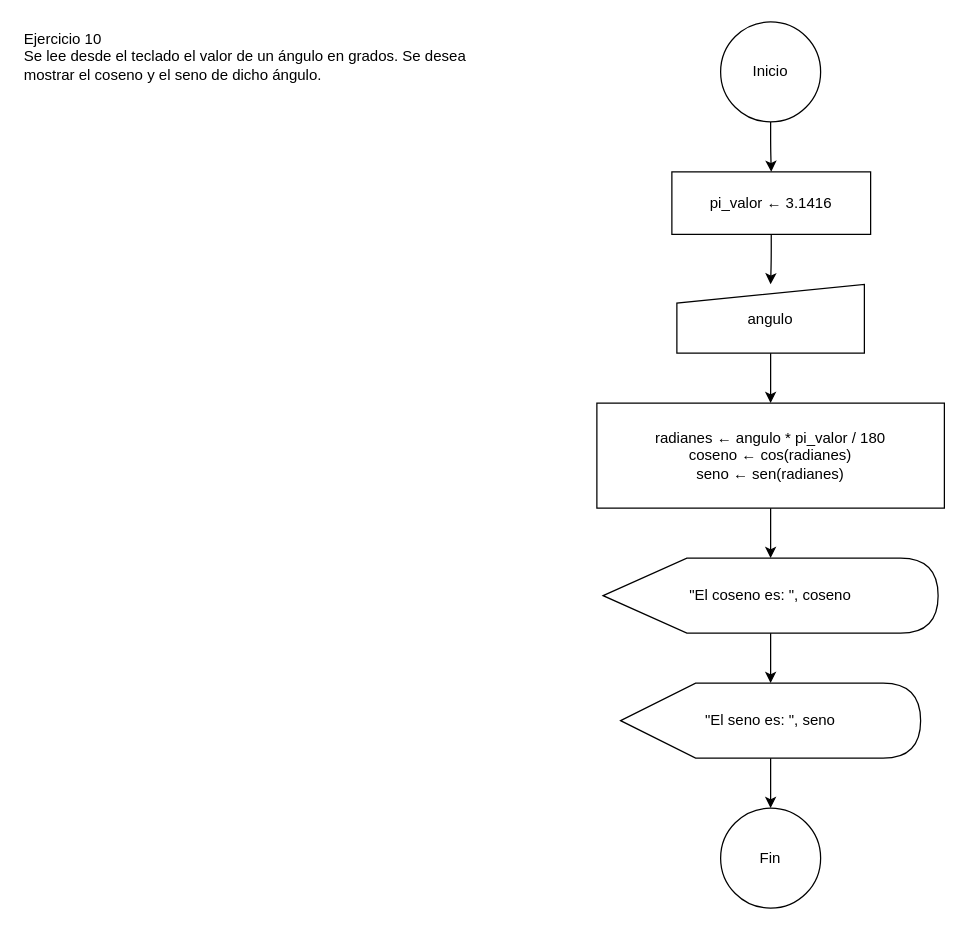
The draw.io diagram DATOS Y ALGORITMOS/Practica/Diagramacion Logica/Parte 1/Ejercicio_10/diagrama.drawio in gonzalogiolitti/facultad-tcd, before the edit. Source tidied: cells renumbered, new cells numbered last; positions are measured from the earlier drawing's top-left corner, leaving out a move shared by most shapes. Both pictures are drawn from the tidied source at 125%, with x=0, y=0 at pixel (21, 21).
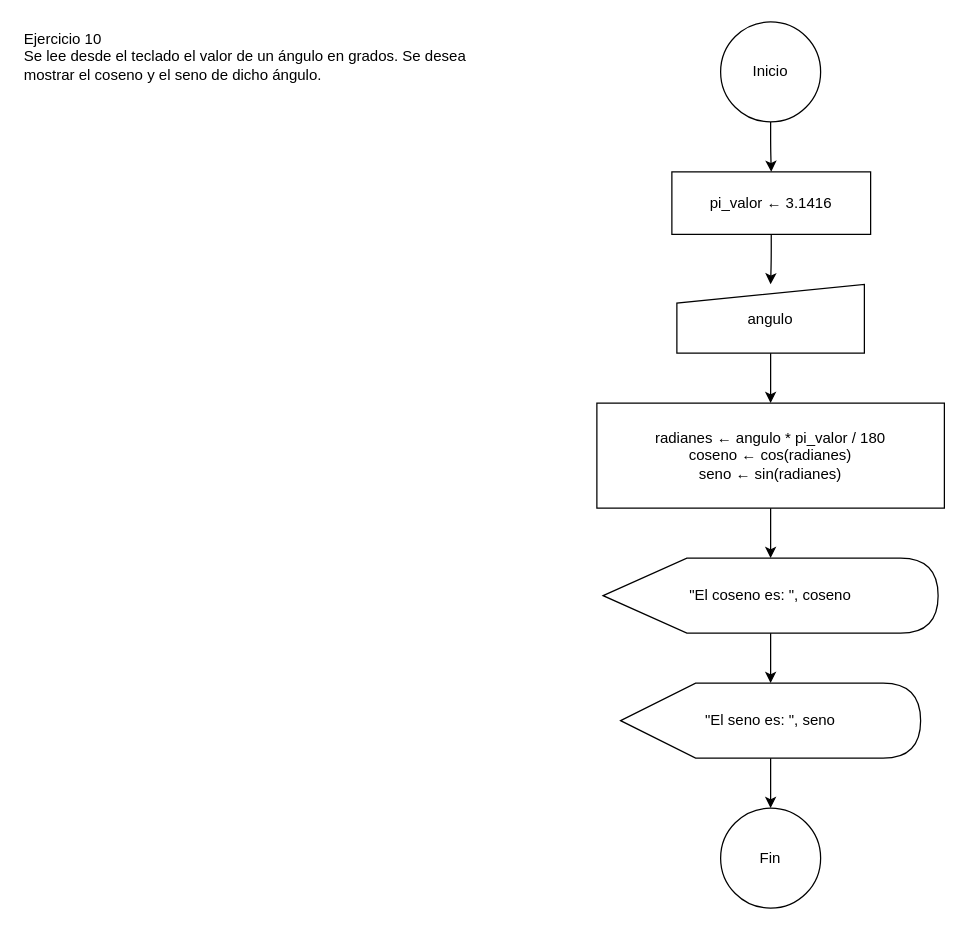
The same page after the edit.

The edit, as a diff of the source:
```diff
@@
 <mxGraphModel>
   <root>
     <mxCell id="0" />
     <mxCell id="1" parent="0" />
     <mxCell id="2" value="Ejercicio 10&lt;br&gt;Se lee desde el teclado el valor de un ángulo en grados. Se desea mostrar el coseno y el seno de dicho ángulo." style="text;html=1;strokeColor=none;fillColor=none;align=left;verticalAlign=top;whiteSpace=wrap;" parent="1" vertex="1">
       <mxGeometry width="380" height="96" as="geometry" />
     </mxCell>
     <mxCell id="3" value="Inicio" style="ellipse;whiteSpace=wrap;html=1;" parent="1" vertex="1">
       <mxGeometry x="559" width="80" height="80" as="geometry" />
     </mxCell>
     <mxCell id="4" value="pi_valor ← 3.1416" style="rounded=0;whiteSpace=wrap;html=1;" parent="1" vertex="1">
       <mxGeometry x="520" y="120" width="159" height="50" as="geometry" />
     </mxCell>
     <mxCell id="5" value="angulo" style="shape=manualInput;whiteSpace=wrap;html=1;size=15;" parent="1" vertex="1">
       <mxGeometry x="524" y="210" width="150" height="55" as="geometry" />
     </mxCell>
-    <mxCell id="6" value="radianes ← angulo * pi_valor / 180&lt;br&gt;coseno ← cos(radianes)&lt;br&gt;seno ← sen(radianes)" style="rounded=0;whiteSpace=wrap;html=1;" parent="1" vertex="1">
+    <mxCell id="6" value="radianes ← angulo * pi_valor / 180&lt;br&gt;coseno ← cos(radianes)&lt;br&gt;seno ← sin(radianes)" style="rounded=0;whiteSpace=wrap;html=1;" parent="1" vertex="1">
       <mxGeometry x="460" y="305" width="278" height="84" as="geometry" />
     </mxCell>
     <mxCell id="7" value="&quot;El coseno es: &quot;, coseno" style="shape=display;whiteSpace=wrap;html=1;" parent="1" vertex="1">
       <mxGeometry x="465" y="429" width="268" height="60" as="geometry" />
     </mxCell>
     <mxCell id="8" value="&quot;El seno es: &quot;, seno" style="shape=display;whiteSpace=wrap;html=1;" parent="1" vertex="1">
       <mxGeometry x="479" y="529" width="240" height="60" as="geometry" />
     </mxCell>
     <mxCell id="9" value="Fin" style="ellipse;whiteSpace=wrap;html=1;" parent="1" vertex="1">
       <mxGeometry x="559" y="629" width="80" height="80" as="geometry" />
     </mxCell>
     <mxCell id="10" style="edgeStyle=orthogonalEdgeStyle;html=1;exitX=0.5;exitY=1;entryX=0.5;entryY=0;" parent="1" edge="1" source="3" target="4">
       <mxGeometry relative="1" as="geometry" />
     </mxCell>
     <mxCell id="11" style="edgeStyle=orthogonalEdgeStyle;html=1;exitX=0.5;exitY=1;entryX=0.5;entryY=0;" parent="1" edge="1" source="4" target="5">
       <mxGeometry relative="1" as="geometry" />
     </mxCell>
     <mxCell id="12" style="edgeStyle=orthogonalEdgeStyle;html=1;exitX=0.5;exitY=1;entryX=0.5;entryY=0;" parent="1" edge="1" source="5" target="6">
       <mxGeometry relative="1" as="geometry" />
     </mxCell>
     <mxCell id="13" style="edgeStyle=orthogonalEdgeStyle;html=1;exitX=0.5;exitY=1;entryX=0.5;entryY=0;" parent="1" edge="1" source="6" target="7">
       <mxGeometry relative="1" as="geometry" />
     </mxCell>
     <mxCell id="14" style="edgeStyle=orthogonalEdgeStyle;html=1;exitX=0.5;exitY=1;entryX=0.5;entryY=0;" parent="1" edge="1" source="7" target="8">
       <mxGeometry relative="1" as="geometry" />
     </mxCell>
     <mxCell id="15" style="edgeStyle=orthogonalEdgeStyle;html=1;exitX=0.5;exitY=1;entryX=0.5;entryY=0;" parent="1" edge="1" source="8" target="9">
       <mxGeometry relative="1" as="geometry" />
     </mxCell>
   </root>
 </mxGraphModel>
```
